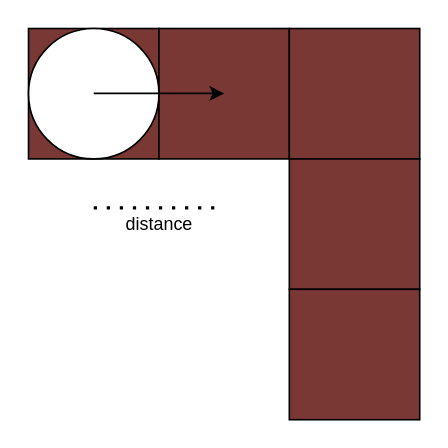
This is UMLdiagram.drawio from olliglorioso/datasets, a draw.io file, before an edit. Source tidied: cells renumbered, new cells numbered last; positions are measured from the earlier drawing's top-left corner, leaving out a move shared by most shapes. Both pictures are drawn from the tidied source at 163%, with x=0, y=0 at pixel (28, 28).
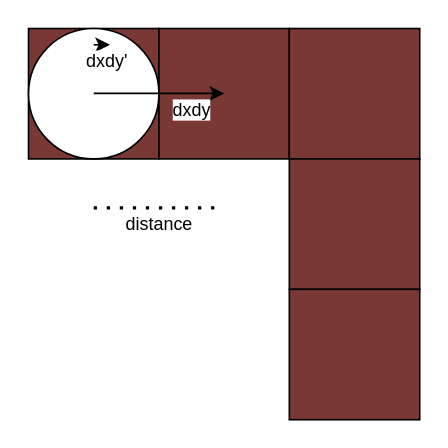
The same page after the edit.

Change to the diagram source:
```diff
@@
 <mxGraphModel>
   <root>
     <mxCell id="0" />
     <mxCell id="1" parent="0" />
     <mxCell id="2" style="rounded=0;whiteSpace=wrap;html=1;fillColor=#7A3835;" parent="1" vertex="1">
       <mxGeometry width="80" height="80" as="geometry" />
     </mxCell>
     <mxCell id="3" style="rounded=0;whiteSpace=wrap;html=1;fillColor=#7A3835;" parent="1" vertex="1">
       <mxGeometry x="80" width="80" height="80" as="geometry" />
     </mxCell>
     <mxCell id="4" style="rounded=0;whiteSpace=wrap;html=1;fillColor=#7A3835;" parent="1" vertex="1">
       <mxGeometry x="160" width="80" height="80" as="geometry" />
     </mxCell>
     <mxCell id="5" style="rounded=0;whiteSpace=wrap;html=1;fillColor=#7A3835;" parent="1" vertex="1">
       <mxGeometry x="160" y="80" width="80" height="80" as="geometry" />
     </mxCell>
     <mxCell id="6" style="rounded=0;whiteSpace=wrap;html=1;fillColor=#7A3835;" parent="1" vertex="1">
       <mxGeometry x="160" y="160" width="80" height="80" as="geometry" />
     </mxCell>
     <mxCell id="7" style="ellipse;whiteSpace=wrap;html=1;" parent="1" vertex="1">
       <mxGeometry width="80" height="80" as="geometry" />
     </mxCell>
-    <mxCell id="8" style="endArrow=classic;html=1;rounded=0;" parent="1" edge="1">
-      <mxGeometry relative="1" as="geometry">
+    <mxCell id="8" value="dxdy" style="endArrow=classic;html=1;rounded=0;" parent="1" edge="1">
+      <mxGeometry x="0.5" y="-10" relative="1" as="geometry">
         <mxPoint x="40" y="39.8" as="sourcePoint" />
         <mxPoint x="120" y="39.8" as="targetPoint" />
       </mxGeometry>
     </mxCell>
     <mxCell id="9" value="distance" style="endArrow=none;dashed=1;html=1;dashPattern=1 3;strokeWidth=2;rounded=0;" parent="1" edge="1">
       <mxGeometry y="-10" relative="1" as="geometry">
         <mxPoint x="40" y="110" as="sourcePoint" />
         <mxPoint x="120" y="110" as="targetPoint" />
       </mxGeometry>
     </mxCell>
+    <mxCell id="10" value="dxdy'" style="endArrow=classic;html=1;rounded=0;" parent="1" edge="1">
+      <mxGeometry x="0.5" y="-10" relative="1" as="geometry">
+        <mxPoint x="40" y="10" as="sourcePoint" />
+        <mxPoint x="50" y="10" as="targetPoint" />
+      </mxGeometry>
+    </mxCell>
   </root>
 </mxGraphModel>
```
